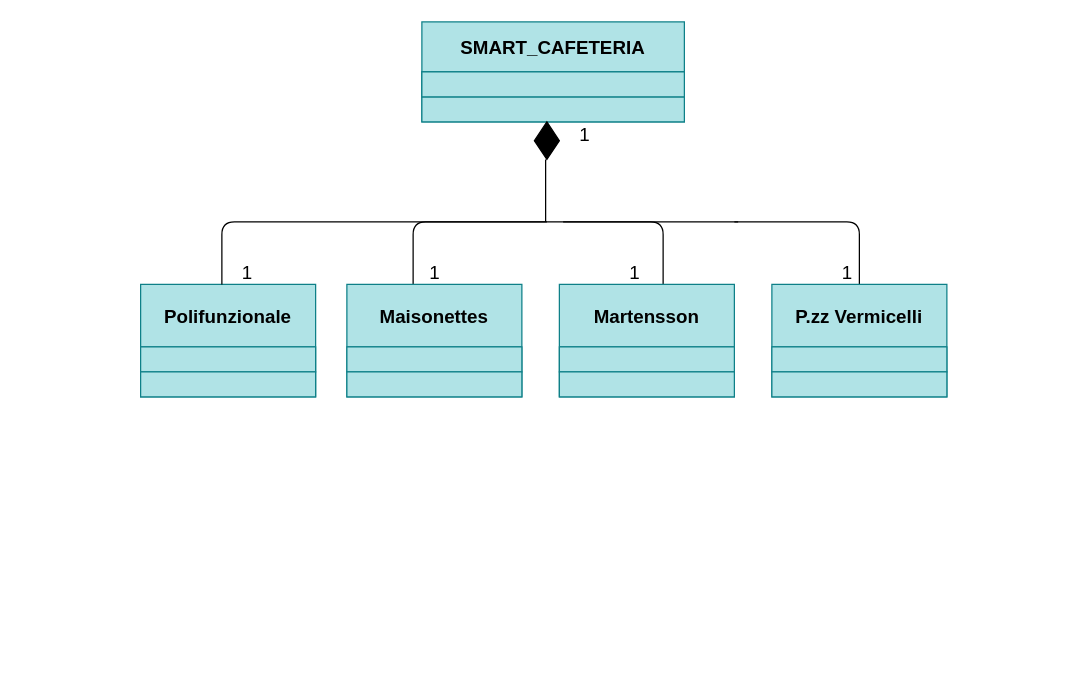
The draw.io diagram Composition/Composition diagram_v1.drawio in CompEngIoT-UnicalStudentsOrg/SB-Modelling, before the edit. Source tidied: cells renumbered, new cells numbered last; positions are measured from the earlier drawing's top-left corner, leaving out a move shared by most shapes. Both pictures are drawn from the tidied source at 125%, with x=0, y=0 at pixel (140, 21).
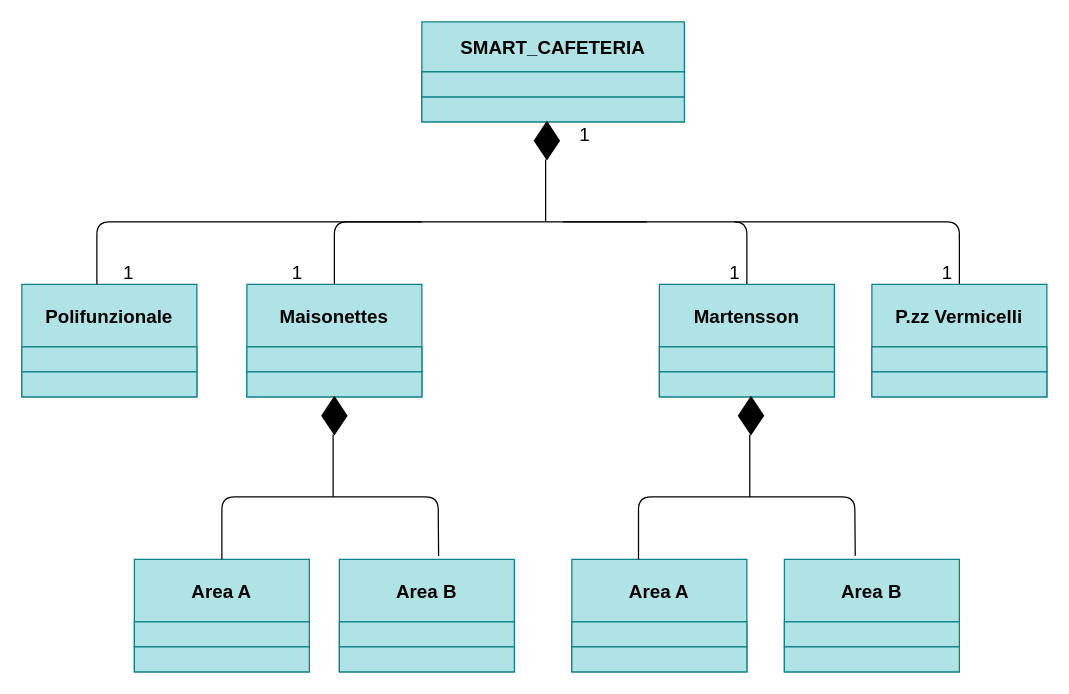
Above is the later version.

Change to the diagram source:
```diff
@@
     <mxCell id="6" value="Polifunzionale" style="swimlane;fontStyle=1;align=center;verticalAlign=middle;horizontal=1;startSize=50;rounded=0;shadow=0;strokeWidth=1;labelBackgroundColor=none;fontSize=15;fillColor=#b0e3e6;strokeColor=#0e8088;" parent="1" vertex="1">
-      <mxGeometry y="210" width="140" height="90" as="geometry" />
+      <mxGeometry x="-95" y="210" width="140" height="90" as="geometry" />
     </mxCell>
@@
     <mxCell id="9" style="endArrow=none;html=1;fontSize=15;" parent="1" edge="1">
       <mxGeometry relative="1" as="geometry">
-        <mxPoint x="65" y="210" as="sourcePoint" />
-        <mxPoint x="325" y="160" as="targetPoint" />
+        <mxPoint x="-35" y="210" as="sourcePoint" />
+        <mxPoint x="225" y="160" as="targetPoint" />
         <Array as="points">
-          <mxPoint x="65" y="160" />
+          <mxPoint x="-35" y="160" />
         </Array>
       </mxGeometry>
     </mxCell>
-    <mxCell id="10" style="endArrow=none;html=1;fontSize=15;" parent="1" edge="1">
+    <mxCell id="10" style="endArrow=none;html=1;fontSize=15;exitX=0.5;exitY=0;exitDx=0;exitDy=0;" parent="1" edge="1" source="19">
       <mxGeometry relative="1" as="geometry">
-        <mxPoint x="218" y="210" as="sourcePoint" />
-        <mxPoint x="478" y="160" as="targetPoint" />
+        <mxPoint x="405" y="160" as="targetPoint" />
         <Array as="points">
-          <mxPoint x="218" y="160" />
+          <mxPoint x="155" y="160" />
         </Array>
       </mxGeometry>
     </mxCell>
-    <mxCell id="11" style="endArrow=none;html=1;fontSize=15;" parent="1" edge="1">
+    <mxCell id="11" style="endArrow=none;html=1;fontSize=15;exitX=0.5;exitY=0;exitDx=0;exitDy=0;" parent="1" edge="1" source="22">
       <mxGeometry relative="1" as="geometry">
-        <mxPoint x="418" y="210" as="sourcePoint" />
         <mxPoint x="338" y="160" as="targetPoint" />
         <Array as="points">
-          <mxPoint x="418" y="160" />
+          <mxPoint x="485" y="160" />
         </Array>
       </mxGeometry>
     </mxCell>
-    <mxCell id="12" style="endArrow=none;html=1;fontSize=15;" parent="1" edge="1">
+    <mxCell id="12" style="endArrow=none;html=1;fontSize=15;exitX=0.5;exitY=0;exitDx=0;exitDy=0;" parent="1" edge="1" source="25">
       <mxGeometry relative="1" as="geometry">
-        <mxPoint x="575" y="210" as="sourcePoint" />
         <mxPoint x="475" y="160" as="targetPoint" />
         <Array as="points">
-          <mxPoint x="575" y="160" />
+          <mxPoint x="655" y="160" />
         </Array>
       </mxGeometry>
     </mxCell>
@@
     <mxCell id="14" value="1" style="text;html=1;align=center;verticalAlign=middle;strokeColor=none;fontSize=15;" parent="1" vertex="1">
-      <mxGeometry x="75" y="190" width="20" height="20" as="geometry" />
+      <mxGeometry x="-20" y="190" width="20" height="20" as="geometry" />
     </mxCell>
     <mxCell id="15" value="1" style="text;html=1;align=center;verticalAlign=middle;strokeColor=none;fontSize=15;" parent="1" vertex="1">
-      <mxGeometry x="225" y="190" width="20" height="20" as="geometry" />
+      <mxGeometry x="115" y="190" width="20" height="20" as="geometry" />
     </mxCell>
     <mxCell id="16" value="1" style="text;html=1;align=center;verticalAlign=middle;strokeColor=none;fontSize=15;" parent="1" vertex="1">
-      <mxGeometry x="385" y="190" width="20" height="20" as="geometry" />
+      <mxGeometry x="465" y="190" width="20" height="20" as="geometry" />
     </mxCell>
     <mxCell id="17" value="1" style="text;html=1;align=center;verticalAlign=middle;strokeColor=none;fontSize=15;" parent="1" vertex="1">
-      <mxGeometry x="555" y="190" width="20" height="20" as="geometry" />
+      <mxGeometry x="635" y="190" width="20" height="20" as="geometry" />
     </mxCell>
@@
     <mxCell id="19" value="Maisonettes" style="swimlane;fontStyle=1;align=center;verticalAlign=middle;horizontal=1;startSize=50;rounded=0;shadow=0;strokeWidth=1;labelBackgroundColor=none;fontSize=15;fillColor=#b0e3e6;strokeColor=#0e8088;" parent="1" vertex="1">
-      <mxGeometry x="165" y="210" width="140" height="90" as="geometry" />
+      <mxGeometry x="85" y="210" width="140" height="90" as="geometry" />
     </mxCell>
@@
     <mxCell id="22" value="Martensson" style="swimlane;fontStyle=1;align=center;verticalAlign=middle;horizontal=1;startSize=50;rounded=0;shadow=0;strokeWidth=1;labelBackgroundColor=none;fontSize=15;fillColor=#b0e3e6;strokeColor=#0e8088;" parent="1" vertex="1">
-      <mxGeometry x="335" y="210" width="140" height="90" as="geometry" />
+      <mxGeometry x="415" y="210" width="140" height="90" as="geometry" />
     </mxCell>
@@
     <mxCell id="25" value="P.zz Vermicelli" style="swimlane;fontStyle=1;align=center;verticalAlign=middle;horizontal=1;startSize=50;rounded=0;shadow=0;strokeWidth=1;labelBackgroundColor=none;fontSize=15;fillColor=#b0e3e6;strokeColor=#0e8088;" parent="1" vertex="1">
-      <mxGeometry x="505" y="210" width="140" height="90" as="geometry" />
+      <mxGeometry x="585" y="210" width="140" height="90" as="geometry" />
     </mxCell>
@@
+    <mxCell id="29" value="Area A" style="swimlane;fontStyle=1;align=center;verticalAlign=middle;horizontal=1;startSize=50;rounded=0;shadow=0;strokeWidth=1;labelBackgroundColor=none;fontSize=15;fillColor=#b0e3e6;strokeColor=#0e8088;" parent="1" vertex="1">
+      <mxGeometry x="-5" y="430" width="140" height="90" as="geometry" />
+    </mxCell>
+    <mxCell id="30" style="rounded=0;whiteSpace=wrap;html=1;fillColor=#b0e3e6;strokeColor=#0e8088;" parent="29" vertex="1">
+      <mxGeometry y="50" width="140" height="20" as="geometry" />
+    </mxCell>
+    <mxCell id="31" style="rounded=0;whiteSpace=wrap;html=1;fillColor=#b0e3e6;strokeColor=#0e8088;" parent="29" vertex="1">
+      <mxGeometry y="70" width="140" height="20" as="geometry" />
+    </mxCell>
+    <mxCell id="32" value="Area B" style="swimlane;fontStyle=1;align=center;verticalAlign=middle;horizontal=1;startSize=50;rounded=0;shadow=0;strokeWidth=1;labelBackgroundColor=none;fontSize=15;fillColor=#b0e3e6;strokeColor=#0e8088;" parent="1" vertex="1">
+      <mxGeometry x="159" y="430" width="140" height="90" as="geometry" />
+    </mxCell>
+    <mxCell id="33" style="rounded=0;whiteSpace=wrap;html=1;fillColor=#b0e3e6;strokeColor=#0e8088;" parent="32" vertex="1">
+      <mxGeometry y="50" width="140" height="20" as="geometry" />
+    </mxCell>
+    <mxCell id="34" style="rounded=0;whiteSpace=wrap;html=1;fillColor=#b0e3e6;strokeColor=#0e8088;" parent="32" vertex="1">
+      <mxGeometry y="70" width="140" height="20" as="geometry" />
+    </mxCell>
+    <mxCell id="35" value="Area A" style="swimlane;fontStyle=1;align=center;verticalAlign=middle;horizontal=1;startSize=50;rounded=0;shadow=0;strokeWidth=1;labelBackgroundColor=none;fontSize=15;fillColor=#b0e3e6;strokeColor=#0e8088;" parent="1" vertex="1">
+      <mxGeometry x="345" y="430" width="140" height="90" as="geometry" />
+    </mxCell>
+    <mxCell id="36" style="rounded=0;whiteSpace=wrap;html=1;fillColor=#b0e3e6;strokeColor=#0e8088;" parent="35" vertex="1">
+      <mxGeometry y="50" width="140" height="20" as="geometry" />
+    </mxCell>
+    <mxCell id="37" style="rounded=0;whiteSpace=wrap;html=1;fillColor=#b0e3e6;strokeColor=#0e8088;" parent="35" vertex="1">
+      <mxGeometry y="70" width="140" height="20" as="geometry" />
+    </mxCell>
+    <mxCell id="38" value="Area B" style="swimlane;fontStyle=1;align=center;verticalAlign=middle;horizontal=1;startSize=50;rounded=0;shadow=0;strokeWidth=1;labelBackgroundColor=none;fontSize=15;fillColor=#b0e3e6;strokeColor=#0e8088;" parent="1" vertex="1">
+      <mxGeometry x="515" y="430" width="140" height="90" as="geometry" />
+    </mxCell>
+    <mxCell id="39" style="rounded=0;whiteSpace=wrap;html=1;fillColor=#b0e3e6;strokeColor=#0e8088;" parent="38" vertex="1">
+      <mxGeometry y="50" width="140" height="20" as="geometry" />
+    </mxCell>
+    <mxCell id="40" style="rounded=0;whiteSpace=wrap;html=1;fillColor=#b0e3e6;strokeColor=#0e8088;" parent="38" vertex="1">
+      <mxGeometry y="70" width="140" height="20" as="geometry" />
+    </mxCell>
+    <mxCell id="41" style="rhombus;whiteSpace=wrap;html=1;fillColor=#000000;" parent="1" vertex="1">
+      <mxGeometry x="145" y="300" width="20" height="30" as="geometry" />
+    </mxCell>
+    <mxCell id="42" style="endArrow=none;html=1;fontSize=15;exitX=0.5;exitY=0;exitDx=0;exitDy=0;entryX=0.567;entryY=-0.031;entryDx=0;entryDy=0;entryPerimeter=0;" parent="1" edge="1" source="29" target="32">
+      <mxGeometry relative="1" as="geometry">
+        <Array as="points">
+          <mxPoint x="65" y="380" />
+          <mxPoint x="238" y="380" />
+        </Array>
+      </mxGeometry>
+    </mxCell>
+    <mxCell id="43" style="endArrow=none;html=1;fontSize=15;" parent="1" edge="1">
+      <mxGeometry relative="1" as="geometry">
+        <mxPoint x="154" y="380" as="sourcePoint" />
+        <mxPoint x="154" y="330" as="targetPoint" />
+      </mxGeometry>
+    </mxCell>
+    <mxCell id="44" style="rhombus;whiteSpace=wrap;html=1;fillColor=#000000;" parent="1" vertex="1">
+      <mxGeometry x="478.3" y="300" width="20" height="30" as="geometry" />
+    </mxCell>
+    <mxCell id="45" style="endArrow=none;html=1;fontSize=15;exitX=0.5;exitY=0;exitDx=0;exitDy=0;entryX=0.567;entryY=-0.031;entryDx=0;entryDy=0;entryPerimeter=0;" parent="1" edge="1">
+      <mxGeometry relative="1" as="geometry">
+        <mxPoint x="398.3" y="430" as="sourcePoint" />
+        <mxPoint x="571.7" y="427.2" as="targetPoint" />
+        <Array as="points">
+          <mxPoint x="398.3" y="380" />
+          <mxPoint x="571.3" y="380" />
+        </Array>
+      </mxGeometry>
+    </mxCell>
+    <mxCell id="46" style="endArrow=none;html=1;fontSize=15;" parent="1" edge="1">
+      <mxGeometry relative="1" as="geometry">
+        <mxPoint x="487.3" y="380" as="sourcePoint" />
+        <mxPoint x="487.3" y="330" as="targetPoint" />
+      </mxGeometry>
+    </mxCell>
```
